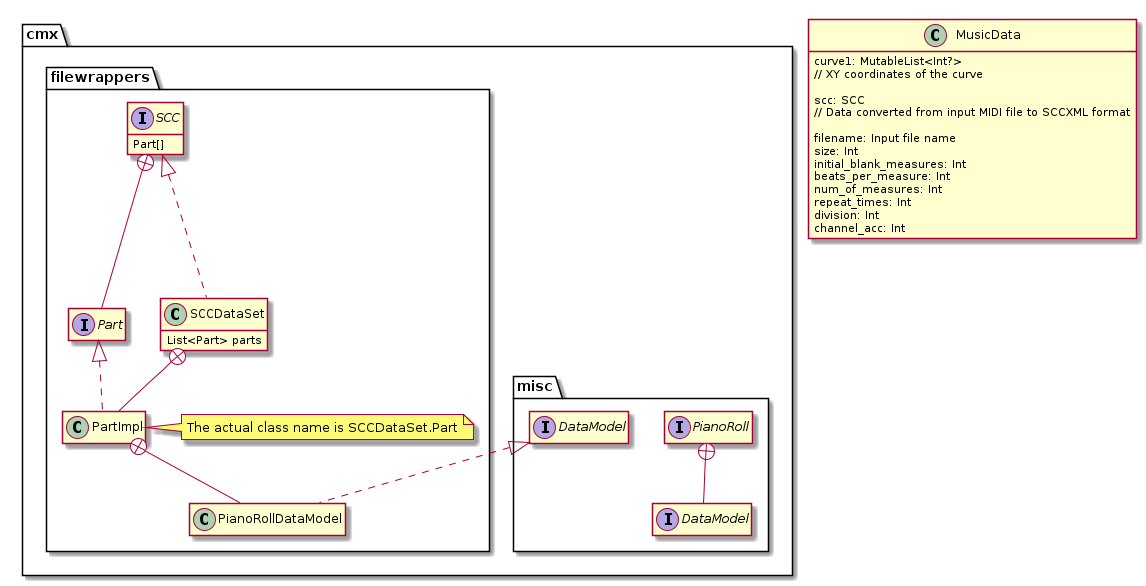
The PlantUML diagram diagrams/test3.png in fujiij/plantuml, before a commit.
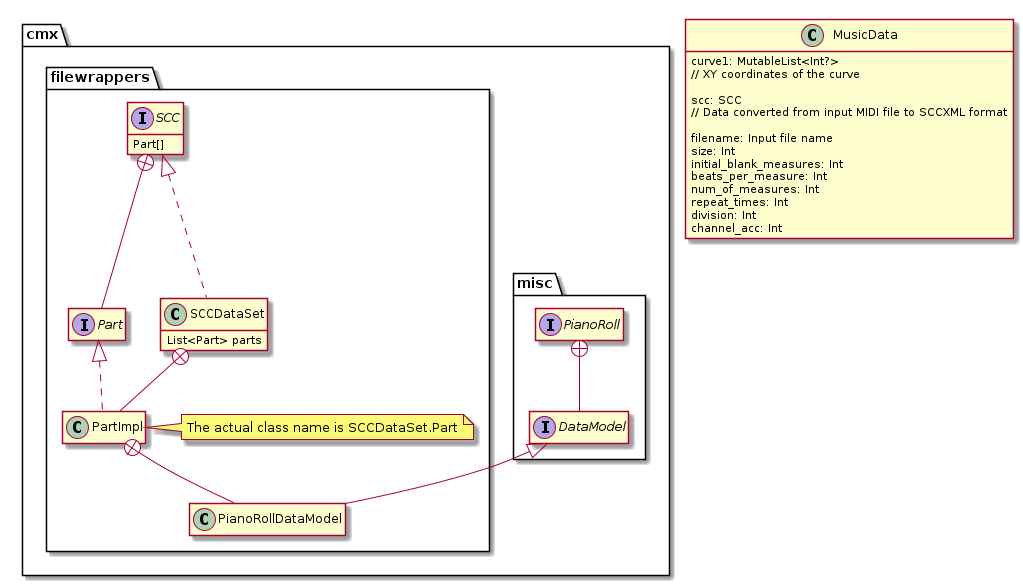
The same file after the commit.

Commit message:
Auto-generate PlantUML diagrams

What changed in the source:
```diff
@@ -40,7 +40,7 @@
             The actual class name is SCCDataSet.Part
         end note
 
-        class PianoRollDataModel implements misc.DataModel
+        DataModel <|-- PianoRollDataModel
         PartImpl +-- PianoRollDataModel
     }
 }
```
